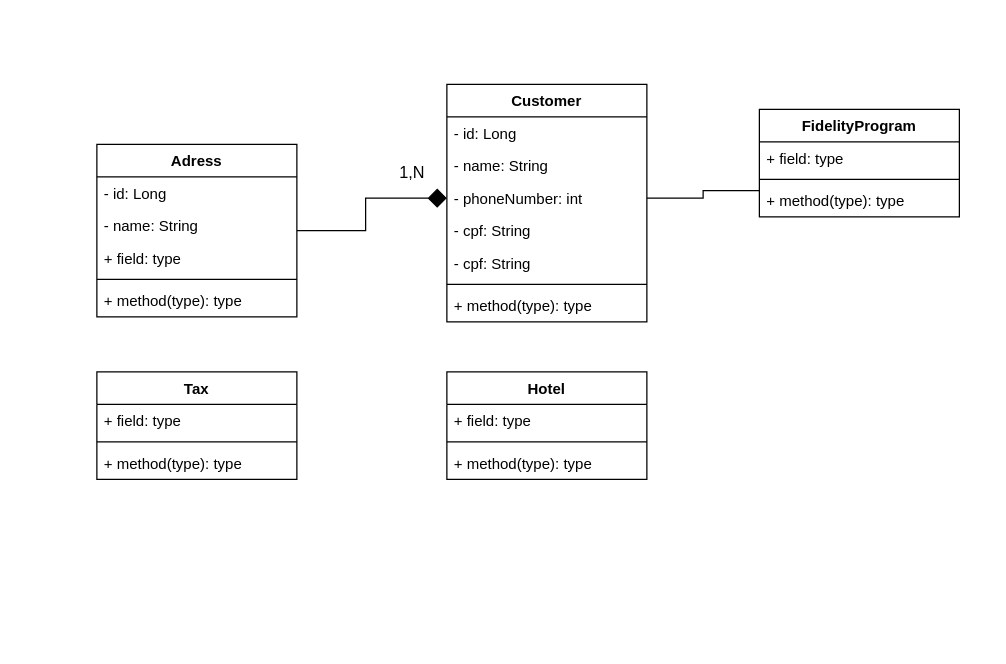
andrehgustavo/hotel-reservation-service keeps this draw.io diagram as src/main/resources/ClassDiagram.drawio. Above is the earlier version. Source tidied: cells renumbered, new cells numbered last; positions are measured from the earlier drawing's top-left corner, leaving out a move shared by most shapes. Both pictures are drawn from the tidied source at 125%, with x=0, y=0 at pixel (96, 84).
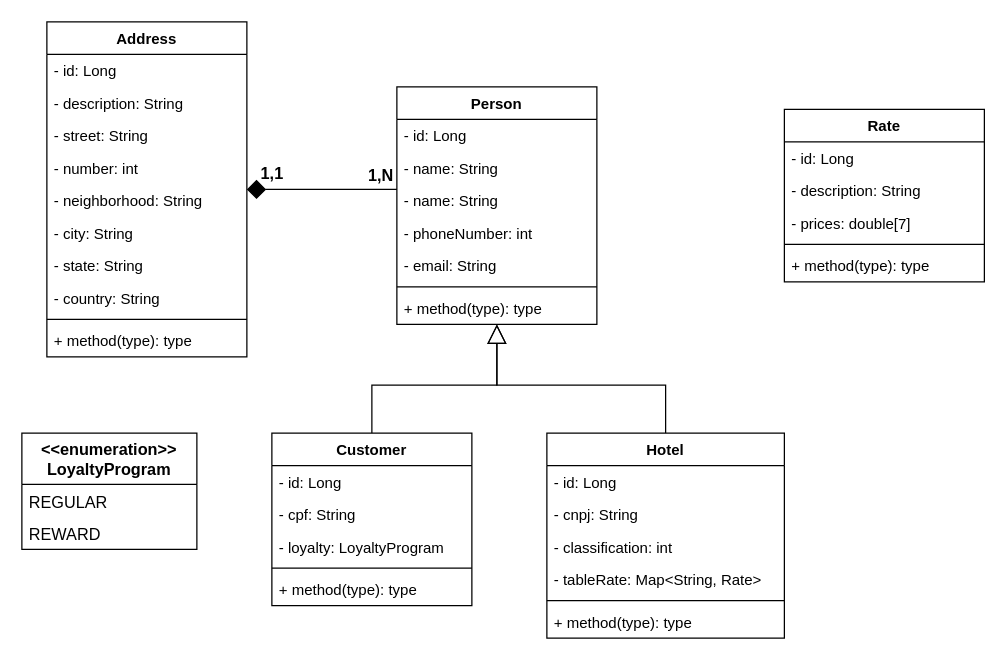
After the change.

Change to the diagram source:
```diff
@@
+    <mxCell id="31" style="edgeStyle=orthogonalEdgeStyle;rounded=0;jumpSize=6;jettySize=auto;html=1;exitX=0.5;exitY=0;exitDx=0;exitDy=0;fontSize=13;startArrow=none;startFill=0;endArrow=block;endFill=0;startSize=13;endSize=13;" parent="1" edge="1" source="2" target="49">
+      <mxGeometry relative="1" as="geometry" />
+    </mxCell>
     <mxCell id="2" value="Hotel" style="swimlane;fontStyle=1;align=center;verticalAlign=top;horizontal=1;startSize=26;" parent="1" vertex="1">
-      <mxGeometry x="280" y="230" width="160" height="86" as="geometry" />
+      <mxGeometry x="360" y="279" width="190" height="164" as="geometry" />
     </mxCell>
-    <mxCell id="3" value="+ field: type" style="text;strokeColor=none;fillColor=none;align=left;verticalAlign=top;spacingLeft=4;spacingRight=4;overflow=hidden;" parent="2" vertex="1">
-      <mxGeometry y="26" width="160" height="26" as="geometry" />
-    </mxCell>
+    <mxCell id="32" value="- id: Long" style="text;strokeColor=none;fillColor=none;align=left;verticalAlign=top;spacingLeft=4;spacingRight=4;overflow=hidden;" parent="2" vertex="1">
+      <mxGeometry y="26" width="190" height="26" as="geometry" />
+    </mxCell>
+    <mxCell id="33" value="- cnpj: String" style="text;strokeColor=none;fillColor=none;align=left;verticalAlign=top;spacingLeft=4;spacingRight=4;overflow=hidden;" parent="2" vertex="1">
+      <mxGeometry y="52" width="190" height="26" as="geometry" />
+    </mxCell>
+    <mxCell id="34" value="- classification: int" style="text;strokeColor=none;fillColor=none;align=left;verticalAlign=top;spacingLeft=4;spacingRight=4;overflow=hidden;" parent="2" vertex="1">
+      <mxGeometry y="78" width="190" height="26" as="geometry" />
+    </mxCell>
+    <mxCell id="35" value="- tableRate: Map&lt;String, Rate&gt;" style="text;strokeColor=none;fillColor=none;align=left;verticalAlign=top;spacingLeft=4;spacingRight=4;overflow=hidden;" parent="2" vertex="1">
+      <mxGeometry y="104" width="190" height="26" as="geometry" />
+    </mxCell>
     <mxCell id="4" style="line;strokeWidth=1;fillColor=none;align=left;verticalAlign=middle;spacingTop=-1;spacingLeft=3;spacingRight=3;labelPosition=right;" parent="2" vertex="1">
-      <mxGeometry y="52" width="160" height="8" as="geometry" />
+      <mxGeometry y="130" width="190" height="8" as="geometry" />
     </mxCell>
     <mxCell id="5" value="+ method(type): type" style="text;strokeColor=none;fillColor=none;align=left;verticalAlign=top;spacingLeft=4;spacingRight=4;overflow=hidden;" parent="2" vertex="1">
-      <mxGeometry y="60" width="160" height="26" as="geometry" />
+      <mxGeometry y="138" width="190" height="26" as="geometry" />
     </mxCell>
-    <mxCell id="6" value="Tax" style="swimlane;fontStyle=1;align=center;verticalAlign=top;horizontal=1;startSize=26;" parent="1" vertex="1">
-      <mxGeometry y="230" width="160" height="86" as="geometry" />
+    <mxCell id="6" value="Rate" style="swimlane;fontStyle=1;align=center;verticalAlign=top;horizontal=1;startSize=26;" parent="1" vertex="1">
+      <mxGeometry x="550" y="20" width="160" height="138" as="geometry" />
     </mxCell>
+    <mxCell id="36" value="- id: Long" style="text;strokeColor=none;fillColor=none;align=left;verticalAlign=top;spacingLeft=4;spacingRight=4;overflow=hidden;" parent="6" vertex="1">
+      <mxGeometry y="26" width="160" height="26" as="geometry" />
+    </mxCell>
+    <mxCell id="37" value="- description: String" style="text;strokeColor=none;fillColor=none;align=left;verticalAlign=top;spacingLeft=4;spacingRight=4;overflow=hidden;" parent="6" vertex="1">
+      <mxGeometry y="52" width="160" height="26" as="geometry" />
+    </mxCell>
-    <mxCell id="7" value="+ field: type" style="text;strokeColor=none;fillColor=none;align=left;verticalAlign=top;spacingLeft=4;spacingRight=4;overflow=hidden;" parent="6" vertex="1">
-      <mxGeometry y="26" width="160" height="26" as="geometry" />
+    <mxCell id="7" value="- prices: double[7]" style="text;strokeColor=none;fillColor=none;align=left;verticalAlign=top;spacingLeft=4;spacingRight=4;overflow=hidden;" parent="6" vertex="1">
+      <mxGeometry y="78" width="160" height="26" as="geometry" />
     </mxCell>
     <mxCell id="8" style="line;strokeWidth=1;fillColor=none;align=left;verticalAlign=middle;spacingTop=-1;spacingLeft=3;spacingRight=3;labelPosition=right;" parent="6" vertex="1">
-      <mxGeometry y="52" width="160" height="8" as="geometry" />
+      <mxGeometry y="104" width="160" height="8" as="geometry" />
     </mxCell>
     <mxCell id="9" value="+ method(type): type" style="text;strokeColor=none;fillColor=none;align=left;verticalAlign=top;spacingLeft=4;spacingRight=4;overflow=hidden;" parent="6" vertex="1">
-      <mxGeometry y="60" width="160" height="26" as="geometry" />
+      <mxGeometry y="112" width="160" height="26" as="geometry" />
     </mxCell>
+    <mxCell id="38" style="edgeStyle=orthogonalEdgeStyle;rounded=0;jumpSize=6;jettySize=auto;html=1;fontSize=13;startArrow=none;startFill=0;endArrow=block;endFill=0;startSize=13;endSize=13;" parent="1" edge="1" source="10" target="49">
+      <mxGeometry relative="1" as="geometry" />
+    </mxCell>
     <mxCell id="10" value="Customer" style="swimlane;fontStyle=1;align=center;verticalAlign=top;horizontal=1;startSize=26;" parent="1" vertex="1">
-      <mxGeometry x="280" width="160" height="190" as="geometry" />
+      <mxGeometry x="140" y="279" width="160" height="138" as="geometry" />
     </mxCell>
-    <mxCell id="11" value="- id: Long" style="text;strokeColor=none;fillColor=none;align=left;verticalAlign=top;spacingLeft=4;spacingRight=4;overflow=hidden;" parent="10" vertex="1">
-      <mxGeometry y="26" width="160" height="26" as="geometry" />
-    </mxCell>
-    <mxCell id="12" value="- name: String" style="text;strokeColor=none;fillColor=none;align=left;verticalAlign=top;spacingLeft=4;spacingRight=4;overflow=hidden;" parent="10" vertex="1">
-      <mxGeometry y="52" width="160" height="26" as="geometry" />
-    </mxCell>
-    <mxCell id="13" value="- phoneNumber: int" style="text;strokeColor=none;fillColor=none;align=left;verticalAlign=top;spacingLeft=4;spacingRight=4;overflow=hidden;points=[[0,0.5],[1,0.5]];portConstraint=eastwest;" parent="10" vertex="1">
-      <mxGeometry y="78" width="160" height="26" as="geometry" />
-    </mxCell>
+    <mxCell id="39" value="- id: Long" style="text;strokeColor=none;fillColor=none;align=left;verticalAlign=top;spacingLeft=4;spacingRight=4;overflow=hidden;" parent="10" vertex="1">
+      <mxGeometry y="26" width="160" height="26" as="geometry" />
+    </mxCell>
     <mxCell id="14" value="- cpf: String" style="text;strokeColor=none;fillColor=none;align=left;verticalAlign=top;spacingLeft=4;spacingRight=4;overflow=hidden;" parent="10" vertex="1">
-      <mxGeometry y="104" width="160" height="26" as="geometry" />
+      <mxGeometry y="52" width="160" height="26" as="geometry" />
     </mxCell>
-    <mxCell id="15" value="- cpf: String" style="text;strokeColor=none;fillColor=none;align=left;verticalAlign=top;spacingLeft=4;spacingRight=4;overflow=hidden;" parent="10" vertex="1">
-      <mxGeometry y="130" width="160" height="26" as="geometry" />
-    </mxCell>
+    <mxCell id="40" value="- loyalty: LoyaltyProgram" style="text;strokeColor=none;fillColor=none;align=left;verticalAlign=top;spacingLeft=4;spacingRight=4;overflow=hidden;" parent="10" vertex="1">
+      <mxGeometry y="78" width="160" height="26" as="geometry" />
+    </mxCell>
     <mxCell id="16" style="line;strokeWidth=1;fillColor=none;align=left;verticalAlign=middle;spacingTop=-1;spacingLeft=3;spacingRight=3;labelPosition=right;" parent="10" vertex="1">
-      <mxGeometry y="156" width="160" height="8" as="geometry" />
+      <mxGeometry y="104" width="160" height="8" as="geometry" />
     </mxCell>
     <mxCell id="17" value="+ method(type): type" style="text;strokeColor=none;fillColor=none;align=left;verticalAlign=top;spacingLeft=4;spacingRight=4;overflow=hidden;" parent="10" vertex="1">
-      <mxGeometry y="164" width="160" height="26" as="geometry" />
+      <mxGeometry y="112" width="160" height="26" as="geometry" />
     </mxCell>
-    <mxCell id="18" value="FidelityProgram" style="swimlane;fontStyle=1;align=center;verticalAlign=top;horizontal=1;startSize=26;" parent="1" vertex="1">
-      <mxGeometry x="530" y="20" width="160" height="86" as="geometry" />
-    </mxCell>
-    <mxCell id="19" value="+ field: type" style="text;strokeColor=none;fillColor=none;align=left;verticalAlign=top;spacingLeft=4;spacingRight=4;overflow=hidden;" parent="18" vertex="1">
-      <mxGeometry y="26" width="160" height="26" as="geometry" />
-    </mxCell>
-    <mxCell id="20" style="line;strokeWidth=1;fillColor=none;align=left;verticalAlign=middle;spacingTop=-1;spacingLeft=3;spacingRight=3;labelPosition=right;" parent="18" vertex="1">
-      <mxGeometry y="52" width="160" height="8" as="geometry" />
-    </mxCell>
-    <mxCell id="21" value="+ method(type): type" style="text;strokeColor=none;fillColor=none;align=left;verticalAlign=top;spacingLeft=4;spacingRight=4;overflow=hidden;points=[[0,0.5],[1,0.5]];portConstraint=eastwest;" parent="18" vertex="1">
-      <mxGeometry y="60" width="160" height="26" as="geometry" />
-    </mxCell>
-    <mxCell id="22" style="edgeStyle=orthogonalEdgeStyle;rounded=0;jettySize=auto;html=1;entryX=0;entryY=0.192;entryDx=0;entryDy=0;entryPerimeter=0;endArrow=none;endFill=0;" parent="1" edge="1" source="13" target="21">
-      <mxGeometry relative="1" as="geometry" />
-    </mxCell>
-    <mxCell id="23" style="edgeStyle=orthogonalEdgeStyle;rounded=0;jettySize=auto;entryX=0;entryY=0.5;entryDx=0;entryDy=0;endArrow=diamond;endFill=1;strokeWidth=1;endSize=13;html=1;" parent="1" edge="1" source="25" target="13">
-      <mxGeometry relative="1" as="geometry" />
-    </mxCell>
-    <mxCell id="24" value="1,N" style="edgeLabel;html=1;align=center;verticalAlign=middle;fontSize=13;" parent="23" vertex="1">
-      <mxGeometry x="0.3" relative="1" as="geometry">
-        <mxPoint x="22" y="-22" as="offset" />
-      </mxGeometry>
-    </mxCell>
-    <mxCell id="25" value="Adress" style="swimlane;fontStyle=1;align=center;verticalAlign=top;horizontal=1;startSize=26;" parent="1" vertex="1">
-      <mxGeometry y="48" width="160" height="138" as="geometry" />
+    <mxCell id="25" value="Address" style="swimlane;fontStyle=1;align=center;verticalAlign=top;horizontal=1;startSize=26;" parent="1" vertex="1">
+      <mxGeometry x="-40" y="-50" width="160" height="268" as="geometry" />
     </mxCell>
@@
-    <mxCell id="27" value="- name: String" style="text;strokeColor=none;fillColor=none;align=left;verticalAlign=top;spacingLeft=4;spacingRight=4;overflow=hidden;" parent="25" vertex="1">
+    <mxCell id="27" value="- description: String" style="text;strokeColor=none;fillColor=none;align=left;verticalAlign=top;spacingLeft=4;spacingRight=4;overflow=hidden;" parent="25" vertex="1">
       <mxGeometry y="52" width="160" height="26" as="geometry" />
     </mxCell>
-    <mxCell id="28" value="+ field: type" style="text;strokeColor=none;fillColor=none;align=left;verticalAlign=top;spacingLeft=4;spacingRight=4;overflow=hidden;" parent="25" vertex="1">
-      <mxGeometry y="78" width="160" height="26" as="geometry" />
-    </mxCell>
+    <mxCell id="41" value="- street: String" style="text;strokeColor=none;fillColor=none;align=left;verticalAlign=top;spacingLeft=4;spacingRight=4;overflow=hidden;" parent="25" vertex="1">
+      <mxGeometry y="78" width="160" height="26" as="geometry" />
+    </mxCell>
+    <mxCell id="42" value="- number: int" style="text;strokeColor=none;fillColor=none;align=left;verticalAlign=top;spacingLeft=4;spacingRight=4;overflow=hidden;" parent="25" vertex="1">
+      <mxGeometry y="104" width="160" height="26" as="geometry" />
+    </mxCell>
+    <mxCell id="43" value="- neighborhood: String" style="text;strokeColor=none;fillColor=none;align=left;verticalAlign=top;spacingLeft=4;spacingRight=4;overflow=hidden;" parent="25" vertex="1">
+      <mxGeometry y="130" width="160" height="26" as="geometry" />
+    </mxCell>
+    <mxCell id="44" value="- city: String" style="text;strokeColor=none;fillColor=none;align=left;verticalAlign=top;spacingLeft=4;spacingRight=4;overflow=hidden;" parent="25" vertex="1">
+      <mxGeometry y="156" width="160" height="26" as="geometry" />
+    </mxCell>
+    <mxCell id="45" value="- state: String" style="text;strokeColor=none;fillColor=none;align=left;verticalAlign=top;spacingLeft=4;spacingRight=4;overflow=hidden;" parent="25" vertex="1">
+      <mxGeometry y="182" width="160" height="26" as="geometry" />
+    </mxCell>
+    <mxCell id="46" value="- country: String" style="text;strokeColor=none;fillColor=none;align=left;verticalAlign=top;spacingLeft=4;spacingRight=4;overflow=hidden;" parent="25" vertex="1">
+      <mxGeometry y="208" width="160" height="26" as="geometry" />
+    </mxCell>
     <mxCell id="29" style="line;strokeWidth=1;fillColor=none;align=left;verticalAlign=middle;spacingTop=-1;spacingLeft=3;spacingRight=3;labelPosition=right;" parent="25" vertex="1">
-      <mxGeometry y="104" width="160" height="8" as="geometry" />
+      <mxGeometry y="234" width="160" height="8" as="geometry" />
     </mxCell>
     <mxCell id="30" value="+ method(type): type" style="text;strokeColor=none;fillColor=none;align=left;verticalAlign=top;spacingLeft=4;spacingRight=4;overflow=hidden;" parent="25" vertex="1">
-      <mxGeometry y="112" width="160" height="26" as="geometry" />
+      <mxGeometry y="242" width="160" height="26" as="geometry" />
     </mxCell>
+    <mxCell id="47" style="edgeStyle=orthogonalEdgeStyle;rounded=0;jumpSize=6;jettySize=auto;html=1;entryX=1;entryY=0.5;entryDx=0;entryDy=0;startArrow=none;startFill=0;endArrow=diamond;endFill=1;startSize=13;endSize=13;" parent="1" edge="1" source="49" target="25">
+      <mxGeometry relative="1" as="geometry">
+        <Array as="points">
+          <mxPoint x="210" y="84" />
+          <mxPoint x="210" y="84" />
+        </Array>
+      </mxGeometry>
+    </mxCell>
+    <mxCell id="24" value="1,N" style="edgeLabel;html=1;align=center;verticalAlign=middle;fontSize=13;fontStyle=1;" parent="47" vertex="1">
+      <mxGeometry x="-0.77" y="1" relative="1" as="geometry">
+        <mxPoint y="-13" as="offset" />
+      </mxGeometry>
+    </mxCell>
+    <mxCell id="48" value="1,1" style="edgeLabel;html=1;align=center;verticalAlign=middle;fontSize=13;fontStyle=1;" parent="47" vertex="1">
+      <mxGeometry x="0.68" y="1" relative="1" as="geometry">
+        <mxPoint y="-15" as="offset" />
+      </mxGeometry>
+    </mxCell>
+    <mxCell id="49" value="Person" style="swimlane;fontStyle=1;align=center;verticalAlign=top;horizontal=1;startSize=26;" parent="1" vertex="1">
+      <mxGeometry x="240" y="2" width="160" height="190" as="geometry" />
+    </mxCell>
+    <mxCell id="11" value="- id: Long" style="text;strokeColor=none;fillColor=none;align=left;verticalAlign=top;spacingLeft=4;spacingRight=4;overflow=hidden;" parent="49" vertex="1">
+      <mxGeometry y="26" width="160" height="26" as="geometry" />
+    </mxCell>
+    <mxCell id="50" value="- name: String" style="text;strokeColor=none;fillColor=none;align=left;verticalAlign=top;spacingLeft=4;spacingRight=4;overflow=hidden;" parent="49" vertex="1">
+      <mxGeometry y="52" width="160" height="26" as="geometry" />
+    </mxCell>
+    <mxCell id="12" value="- name: String" style="text;strokeColor=none;fillColor=none;align=left;verticalAlign=top;spacingLeft=4;spacingRight=4;overflow=hidden;" parent="49" vertex="1">
+      <mxGeometry y="78" width="160" height="26" as="geometry" />
+    </mxCell>
+    <mxCell id="13" value="- phoneNumber: int" style="text;strokeColor=none;fillColor=none;align=left;verticalAlign=top;spacingLeft=4;spacingRight=4;overflow=hidden;points=[[0,0.5],[1,0.5]];portConstraint=eastwest;" parent="49" vertex="1">
+      <mxGeometry y="104" width="160" height="26" as="geometry" />
+    </mxCell>
+    <mxCell id="15" value="- email: String" style="text;strokeColor=none;fillColor=none;align=left;verticalAlign=top;spacingLeft=4;spacingRight=4;overflow=hidden;" parent="49" vertex="1">
+      <mxGeometry y="130" width="160" height="26" as="geometry" />
+    </mxCell>
+    <mxCell id="51" style="line;strokeWidth=1;fillColor=none;align=left;verticalAlign=middle;spacingTop=-1;spacingLeft=3;spacingRight=3;labelPosition=right;" parent="49" vertex="1">
+      <mxGeometry y="156" width="160" height="8" as="geometry" />
+    </mxCell>
+    <mxCell id="21" value="+ method(type): type" style="text;strokeColor=none;fillColor=none;align=left;verticalAlign=top;spacingLeft=4;spacingRight=4;overflow=hidden;points=[[0,0.5],[1,0.5]];portConstraint=eastwest;" parent="49" vertex="1">
+      <mxGeometry y="164" width="160" height="26" as="geometry" />
+    </mxCell>
+    <mxCell id="52" value="&lt;&lt;enumeration&gt;&gt;&#10;LoyaltyProgram" style="swimlane;fontStyle=1;horizontal=1;startSize=41;fillColor=none;fontSize=13;" parent="1" vertex="1">
+      <mxGeometry x="-60" y="279" width="140" height="93" as="geometry" />
+    </mxCell>
+    <mxCell id="53" value="REGULAR" style="text;strokeColor=none;fillColor=none;align=left;verticalAlign=top;spacingLeft=4;spacingRight=4;overflow=hidden;fontSize=13;" parent="52" vertex="1">
+      <mxGeometry y="41" width="140" height="26" as="geometry" />
+    </mxCell>
+    <mxCell id="54" value="REWARD" style="text;strokeColor=none;fillColor=none;align=left;verticalAlign=top;spacingLeft=4;spacingRight=4;overflow=hidden;fontSize=13;" parent="52" vertex="1">
+      <mxGeometry y="67" width="140" height="26" as="geometry" />
+    </mxCell>
```
